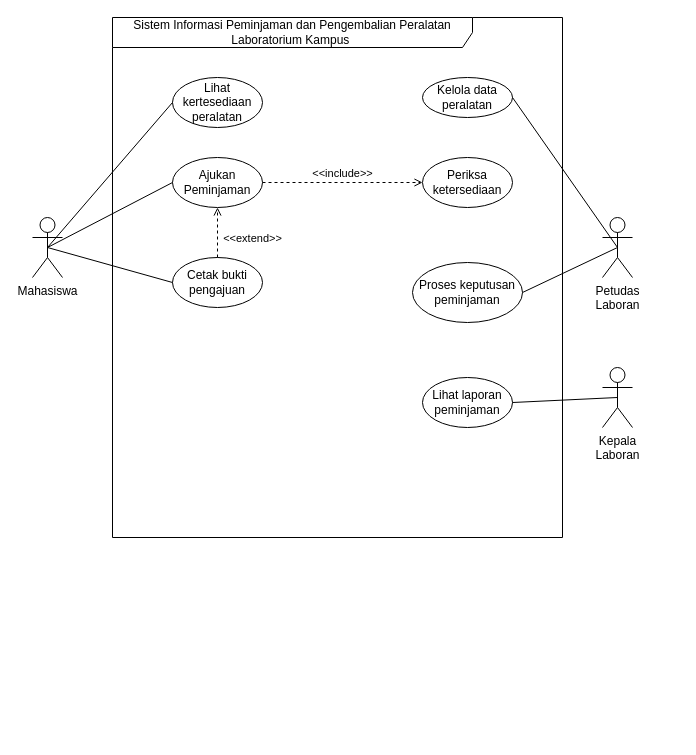
Earlier version of the draw.io diagram 03_latihan_tools/P03/LAB/P03_2406037_LAB_notasi_usecase_v01.drawio (2406037-maker/IFRWP5149_2406037_LanAlat). Source tidied: cells renumbered, new cells numbered last; positions are measured from the earlier drawing's top-left corner, leaving out a move shared by most shapes. Both pictures are drawn from the tidied source at 100%, with x=0, y=0 at pixel (32, 17).
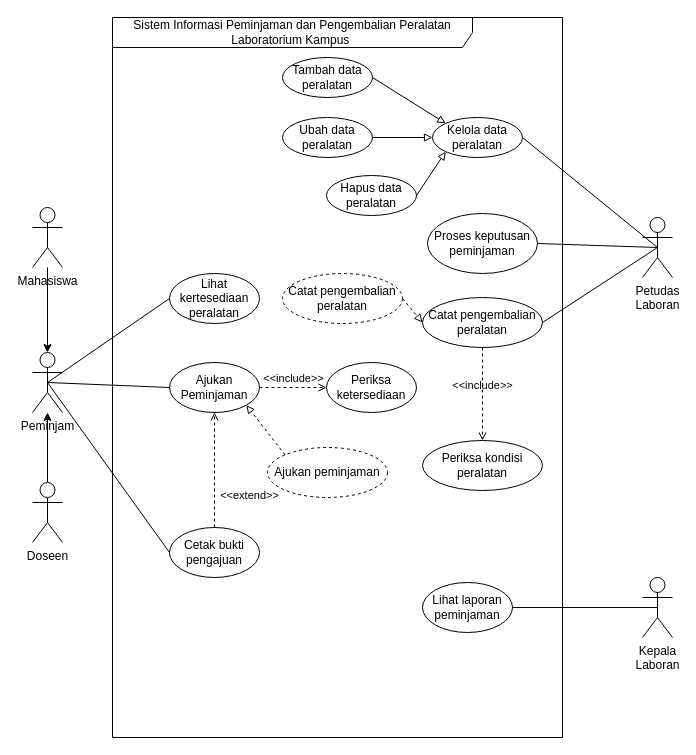
The same diagram, later.

Change to the diagram source:
```diff
@@
     <mxCell id="2" value="Sistem Informasi Peminjaman dan Pengembalian Peralatan &lt;br/&gt;Laboratorium Kampus&amp;nbsp;" style="shape=umlFrame;whiteSpace=wrap;html=1;width=360;height=30;" parent="1" vertex="1">
-      <mxGeometry x="80" width="450" height="520" as="geometry" />
+      <mxGeometry x="80" width="450" height="720" as="geometry" />
     </mxCell>
     <mxCell id="3" value="Lihat&lt;div&gt;kertesediaan&lt;/div&gt;&lt;div&gt;peralatan&lt;/div&gt;" style="ellipse;html=1;whiteSpace=wrap;" parent="2" vertex="1">
-      <mxGeometry x="60" y="60" width="90" height="50" as="geometry" />
+      <mxGeometry x="57" y="256" width="90" height="50" as="geometry" />
     </mxCell>
     <mxCell id="4" value="Kelola data&lt;br&gt;&lt;div&gt;peralatan&lt;/div&gt;" style="ellipse;html=1;whiteSpace=wrap;" parent="2" vertex="1">
-      <mxGeometry x="310" y="60" width="90" height="40" as="geometry" />
+      <mxGeometry x="320" y="100" width="90" height="40" as="geometry" />
     </mxCell>
     <mxCell id="5" value="Cetak bukti pengajuan" style="ellipse;html=1;whiteSpace=wrap;" parent="2" vertex="1">
-      <mxGeometry x="60" y="240" width="90" height="50" as="geometry" />
+      <mxGeometry x="57" y="510" width="90" height="50" as="geometry" />
     </mxCell>
     <mxCell id="6" value="Ajukan Peminjaman" style="ellipse;html=1;whiteSpace=wrap;" parent="2" vertex="1">
-      <mxGeometry x="60" y="140" width="90" height="50" as="geometry" />
+      <mxGeometry x="57" y="345" width="90" height="50" as="geometry" />
     </mxCell>
     <mxCell id="7" value="Proses keputusan peminjaman" style="ellipse;html=1;whiteSpace=wrap;" parent="2" vertex="1">
-      <mxGeometry x="300" y="245" width="110" height="60" as="geometry" />
+      <mxGeometry x="315" y="196" width="110" height="60" as="geometry" />
     </mxCell>
     <mxCell id="8" value="Periksa ketersediaan" style="ellipse;html=1;whiteSpace=wrap;" parent="2" vertex="1">
-      <mxGeometry x="310" y="140" width="90" height="50" as="geometry" />
+      <mxGeometry x="214" y="345" width="90" height="50" as="geometry" />
     </mxCell>
     <mxCell id="9" value="Lihat laporan peminjaman" style="ellipse;html=1;whiteSpace=wrap;" parent="2" vertex="1">
-      <mxGeometry x="310" y="360" width="90" height="50" as="geometry" />
+      <mxGeometry x="310" y="565" width="90" height="50" as="geometry" />
     </mxCell>
@@
+    <mxCell id="21" value="Hapus data peralatan" style="ellipse;html=1;whiteSpace=wrap;" parent="2" vertex="1">
+      <mxGeometry x="214" y="158" width="90" height="40" as="geometry" />
+    </mxCell>
+    <mxCell id="22" value="Ubah data peralatan" style="ellipse;html=1;whiteSpace=wrap;" parent="2" vertex="1">
+      <mxGeometry x="170" y="100" width="90" height="40" as="geometry" />
+    </mxCell>
+    <mxCell id="23" style="rounded=0;jettySize=auto;html=1;exitX=1;exitY=0.5;exitDx=0;exitDy=0;entryX=0;entryY=0;entryDx=0;entryDy=0;endArrow=block;endFill=0;" parent="2" edge="1" source="24" target="4">
+      <mxGeometry relative="1" as="geometry" />
+    </mxCell>
+    <mxCell id="24" value="Tambah data peralatan" style="ellipse;html=1;whiteSpace=wrap;" parent="2" vertex="1">
+      <mxGeometry x="170" y="40" width="90" height="40" as="geometry" />
+    </mxCell>
+    <mxCell id="25" style="rounded=0;jettySize=auto;html=1;entryX=0;entryY=0.5;entryDx=0;entryDy=0;exitX=1;exitY=0.5;exitDx=0;exitDy=0;endArrow=block;endFill=0;" parent="2" edge="1" source="22" target="4">
+      <mxGeometry relative="1" as="geometry" />
+    </mxCell>
+    <mxCell id="26" style="rounded=0;jettySize=auto;html=1;entryX=0;entryY=1;entryDx=0;entryDy=0;exitX=1;exitY=0.5;exitDx=0;exitDy=0;endArrow=block;endFill=0;" parent="2" edge="1" source="21" target="4">
+      <mxGeometry relative="1" as="geometry" />
+    </mxCell>
+    <mxCell id="27" value="Catat pengembalian peralatan" style="ellipse;html=1;whiteSpace=wrap;" parent="2" vertex="1">
+      <mxGeometry x="310" y="280" width="120" height="50" as="geometry" />
+    </mxCell>
+    <mxCell id="28" value="Periksa kondisi peralatan" style="ellipse;html=1;whiteSpace=wrap;" parent="2" vertex="1">
+      <mxGeometry x="310" y="423" width="120" height="50" as="geometry" />
+    </mxCell>
+    <mxCell id="29" value="&amp;lt;&amp;lt;include&amp;gt;&amp;gt;" style="html=1;verticalAlign=bottom;labelBackgroundColor=none;endArrow=open;endFill=0;dashed=1;rounded=0;exitX=0.5;exitY=1;exitDx=0;exitDy=0;entryX=0.5;entryY=0;entryDx=0;entryDy=0;" parent="2" edge="1" source="27" target="28">
+      <mxGeometry relative="1" as="geometry" />
+    </mxCell>
+    <mxCell id="30" style="rounded=0;jettySize=auto;html=1;exitX=1;exitY=0.5;exitDx=0;exitDy=0;entryX=0;entryY=0.5;entryDx=0;entryDy=0;endArrow=block;endFill=0;dashed=1;" parent="2" edge="1" source="31" target="27">
+      <mxGeometry relative="1" as="geometry" />
+    </mxCell>
+    <mxCell id="31" value="Catat pengembalian peralatan" style="ellipse;html=1;whiteSpace=wrap;dashed=1;" parent="2" vertex="1">
+      <mxGeometry x="170" y="256" width="120" height="50" as="geometry" />
+    </mxCell>
+    <mxCell id="32" value="Ajukan peminjaman" style="ellipse;html=1;whiteSpace=wrap;dashed=1;" parent="2" vertex="1">
+      <mxGeometry x="155" y="430" width="120" height="50" as="geometry" />
+    </mxCell>
+    <mxCell id="33" style="rounded=0;jettySize=auto;html=1;exitX=0;exitY=0;exitDx=0;exitDy=0;entryX=1;entryY=1;entryDx=0;entryDy=0;endArrow=block;endFill=0;dashed=1;" parent="2" edge="1" source="32" target="6">
+      <mxGeometry relative="1" as="geometry" />
+    </mxCell>
@@
-    <mxCell id="13" value="Mahasiswa" style="shape=umlActor;verticalLabelPosition=bottom;verticalAlign=top;html=1;" parent="1" vertex="1">
-      <mxGeometry y="200" width="30" height="60" as="geometry" />
+    <mxCell id="13" value="Peminjam" style="shape=umlActor;verticalLabelPosition=bottom;verticalAlign=top;html=1;" parent="1" vertex="1">
+      <mxGeometry y="335" width="30" height="60" as="geometry" />
     </mxCell>
     <mxCell id="14" value="Petudas&lt;div&gt;Laboran&lt;/div&gt;" style="shape=umlActor;verticalLabelPosition=bottom;verticalAlign=top;html=1;" parent="1" vertex="1">
-      <mxGeometry x="570" y="200" width="30" height="60" as="geometry" />
+      <mxGeometry x="610" y="200" width="30" height="60" as="geometry" />
     </mxCell>
@@
     <mxCell id="17" value="Kepala&lt;br&gt;&lt;div&gt;Laboran&lt;/div&gt;" style="shape=umlActor;verticalLabelPosition=bottom;verticalAlign=top;html=1;" parent="1" vertex="1">
-      <mxGeometry x="570" y="350" width="30" height="60" as="geometry" />
+      <mxGeometry x="610" y="560" width="30" height="60" as="geometry" />
     </mxCell>
@@
+    <mxCell id="34" style="edgeStyle=orthogonalEdgeStyle;rounded=0;jettySize=auto;html=1;" parent="1" edge="1" source="35" target="13">
+      <mxGeometry relative="1" as="geometry" />
+    </mxCell>
+    <mxCell id="35" value="Mahasiswa" style="shape=umlActor;verticalLabelPosition=bottom;verticalAlign=top;html=1;" parent="1" vertex="1">
+      <mxGeometry y="190" width="30" height="60" as="geometry" />
+    </mxCell>
+    <mxCell id="36" style="edgeStyle=orthogonalEdgeStyle;rounded=0;jettySize=auto;html=1;" parent="1" edge="1" source="37" target="13">
+      <mxGeometry relative="1" as="geometry" />
+    </mxCell>
+    <mxCell id="37" value="Doseen" style="shape=umlActor;verticalLabelPosition=bottom;verticalAlign=top;html=1;" parent="1" vertex="1">
+      <mxGeometry y="465" width="30" height="60" as="geometry" />
+    </mxCell>
+    <mxCell id="38" style="rounded=0;jettySize=auto;html=1;exitX=1;exitY=0.5;exitDx=0;exitDy=0;entryX=0.5;entryY=0.5;entryDx=0;entryDy=0;entryPerimeter=0;endArrow=none;endFill=0;" parent="1" edge="1" source="27" target="14">
+      <mxGeometry relative="1" as="geometry" />
+    </mxCell>
```
